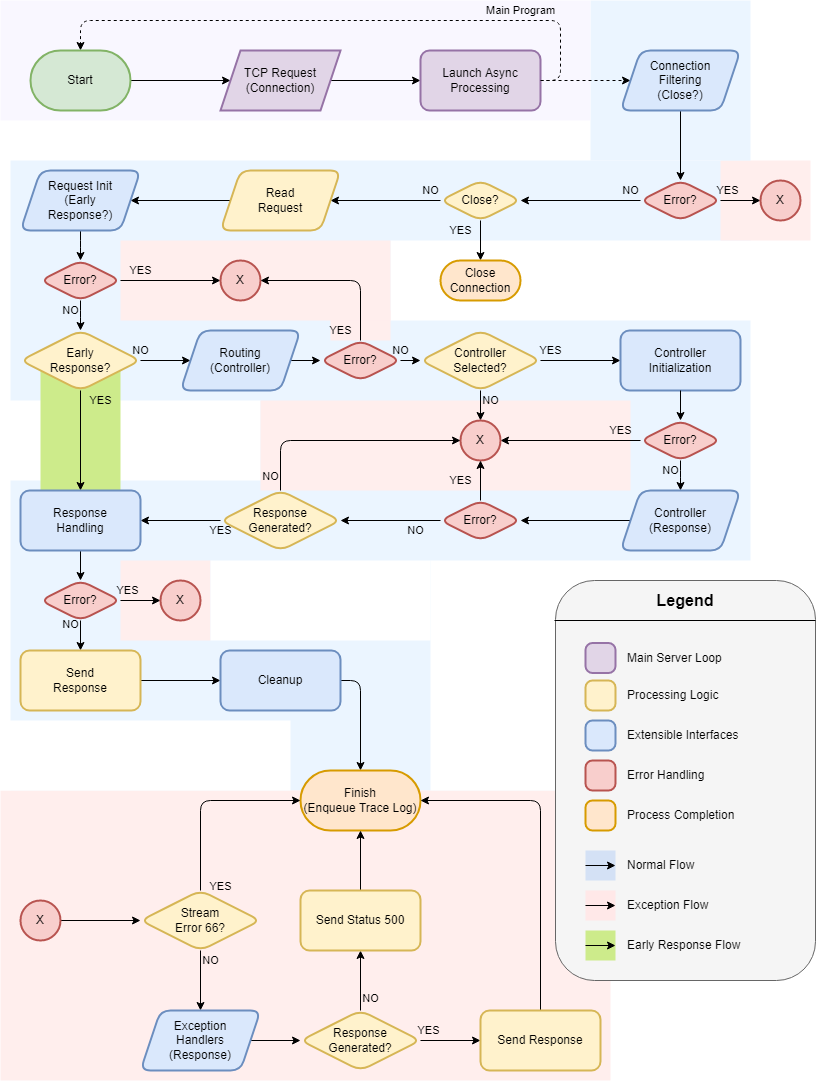
The draw.io diagram Documentation/images/Request Flow.drawio.png in illuminated-g/lv-http-server, before a commit. Source tidied: cells renumbered, new cells last; positions are measured from the earlier drawing's top-left corner, leaving out a move shared by most shapes.
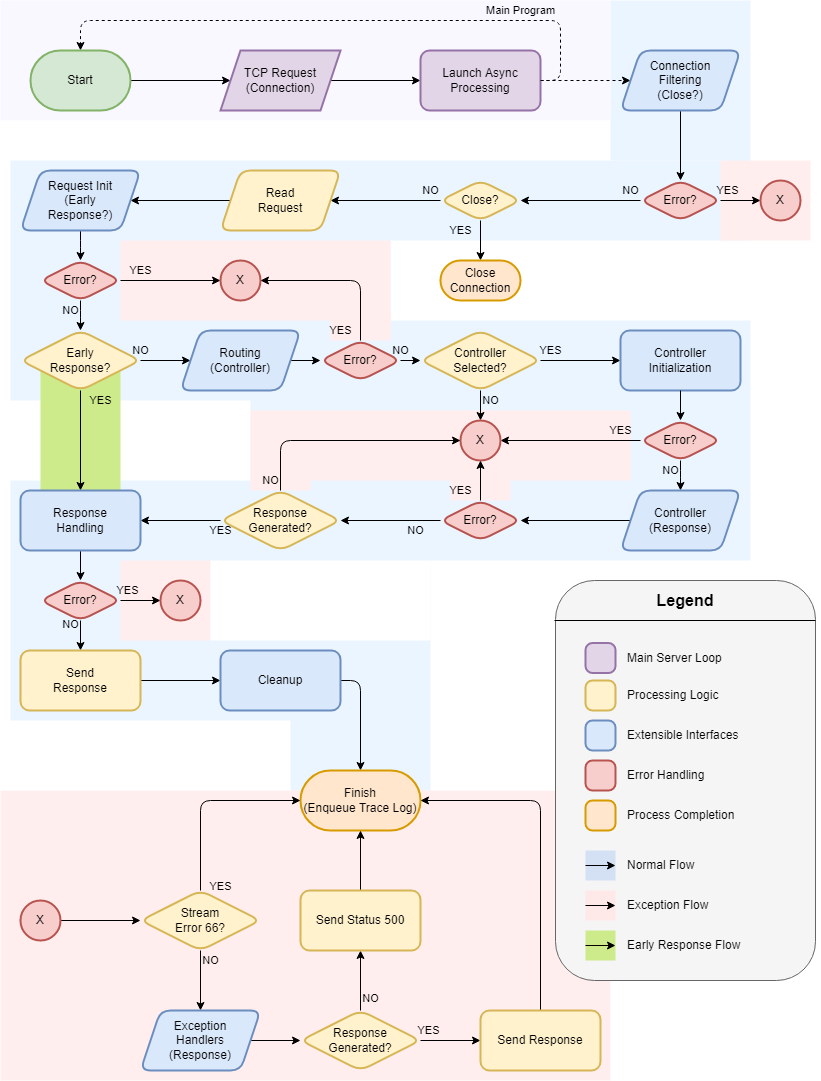
After the commit.

What changed in the source:
```diff
@@ -5,6 +5,12 @@
     <mxCell id="2" style="rounded=0;whiteSpace=wrap;html=1;shadow=0;glass=0;sketch=0;fillColor=#EBF5FF;strokeColor=none;" parent="1" vertex="1">
       <mxGeometry x="10" y="160" width="740" height="630" as="geometry" />
     </mxCell>
+    <mxCell id="114" style="rounded=0;whiteSpace=wrap;html=1;shadow=0;glass=0;sketch=0;fillColor=#FFEEED;strokeColor=none;" parent="1" vertex="1">
+      <mxGeometry x="450" y="470" width="60" height="30" as="geometry" />
+    </mxCell>
+    <mxCell id="115" style="rounded=0;whiteSpace=wrap;html=1;shadow=0;glass=0;sketch=0;fillColor=#FFEEED;strokeColor=none;" parent="1" vertex="1">
+      <mxGeometry x="250" y="460" width="60" height="30" as="geometry" />
+    </mxCell>
     <mxCell id="3" style="rounded=0;whiteSpace=wrap;html=1;shadow=0;glass=0;sketch=0;fillColor=#FFEEED;strokeColor=none;" parent="1" vertex="1">
       <mxGeometry y="790" width="610" height="290" as="geometry" />
     </mxCell>
@@ -12,7 +18,7 @@
       <mxGeometry x="430" y="560" width="390" height="230" as="geometry" />
     </mxCell>
     <mxCell id="5" style="rounded=0;whiteSpace=wrap;html=1;shadow=0;glass=0;sketch=0;strokeColor=none;" parent="1" vertex="1">
-      <mxGeometry y="400" width="260" height="80" as="geometry" />
+      <mxGeometry y="400" width="250" height="80" as="geometry" />
     </mxCell>
     <mxCell id="6" style="rounded=0;whiteSpace=wrap;html=1;shadow=0;glass=0;sketch=0;strokeColor=none;" parent="1" vertex="1">
       <mxGeometry x="390" y="240" width="430" height="80" as="geometry" />
@@ -27,7 +33,7 @@
       <mxGeometry x="720" y="160" width="90" height="80" as="geometry" />
     </mxCell>
     <mxCell id="10" style="rounded=0;whiteSpace=wrap;html=1;shadow=0;glass=0;sketch=0;fillColor=#FFEEED;strokeColor=none;" parent="1" vertex="1">
-      <mxGeometry x="260" y="400" width="370" height="90" as="geometry" />
+      <mxGeometry x="250" y="410" width="380" height="70" as="geometry" />
     </mxCell>
     <mxCell id="11" style="rounded=0;whiteSpace=wrap;html=1;shadow=0;glass=0;sketch=0;fillColor=#FFEEED;strokeColor=none;" parent="1" vertex="1">
       <mxGeometry x="330" y="310" width="60" height="30" as="geometry" />
@@ -36,10 +42,10 @@
       <mxGeometry x="120" y="240" width="270" height="80" as="geometry" />
     </mxCell>
     <mxCell id="13" style="rounded=0;whiteSpace=wrap;html=1;shadow=0;glass=0;sketch=0;fillColor=#EBF5FF;strokeColor=none;" parent="1" vertex="1">
-      <mxGeometry x="590" width="160" height="160" as="geometry" />
+      <mxGeometry x="610" width="140" height="160" as="geometry" />
     </mxCell>
     <mxCell id="14" style="rounded=0;whiteSpace=wrap;html=1;shadow=0;glass=0;sketch=0;fillColor=#F9F7FF;strokeColor=none;" parent="1" vertex="1">
-      <mxGeometry width="590" height="120" as="geometry" />
+      <mxGeometry width="610" height="120" as="geometry" />
     </mxCell>
     <mxCell id="15" style="edgeStyle=orthogonalEdgeStyle;rounded=0;jettySize=auto;html=1;exitX=1;exitY=0.5;exitDx=0;exitDy=0;exitPerimeter=0;" parent="1" edge="1" target="17">
       <mxGeometry relative="1" as="geometry">
@@ -170,7 +176,7 @@
       <mxGeometry x="460" y="420" width="40" height="40" as="geometry" />
     </mxCell>
     <mxCell id="53" value="YES" style="edgeStyle=orthogonalEdgeStyle;rounded=1;jettySize=auto;html=1;exitX=0.5;exitY=0;exitDx=0;exitDy=0;entryX=0.5;entryY=1;entryDx=0;entryDy=0;labelBackgroundColor=none;" parent="1" edge="1" source="55" target="52">
-      <mxGeometry y="20" relative="1" as="geometry" />
+      <mxGeometry x="-0.5" y="20" relative="1" as="geometry" />
     </mxCell>
     <mxCell id="54" value="NO" style="edgeStyle=orthogonalEdgeStyle;rounded=1;jettySize=auto;html=1;labelBackgroundColor=none;" parent="1" edge="1" source="55" target="58">
       <mxGeometry x="-0.5" y="10" relative="1" as="geometry" />
@@ -179,7 +185,7 @@
       <mxGeometry x="440" y="500" width="80" height="40" as="geometry" />
     </mxCell>
     <mxCell id="56" value="NO" style="edgeStyle=orthogonalEdgeStyle;rounded=1;jettySize=auto;html=1;exitX=0.5;exitY=0;exitDx=0;exitDy=0;entryX=0;entryY=0.5;entryDx=0;entryDy=0;labelBackgroundColor=none;" parent="1" edge="1" source="58" target="52">
-      <mxGeometry x="-0.88" y="10" relative="1" as="geometry" />
+      <mxGeometry x="-0.91" y="10" relative="1" as="geometry" />
     </mxCell>
     <mxCell id="57" value="YES" style="edgeStyle=orthogonalEdgeStyle;rounded=1;jettySize=auto;html=1;labelBackgroundColor=none;" parent="1" edge="1" source="58" target="62">
       <mxGeometry x="-1" y="10" relative="1" as="geometry" />
```
